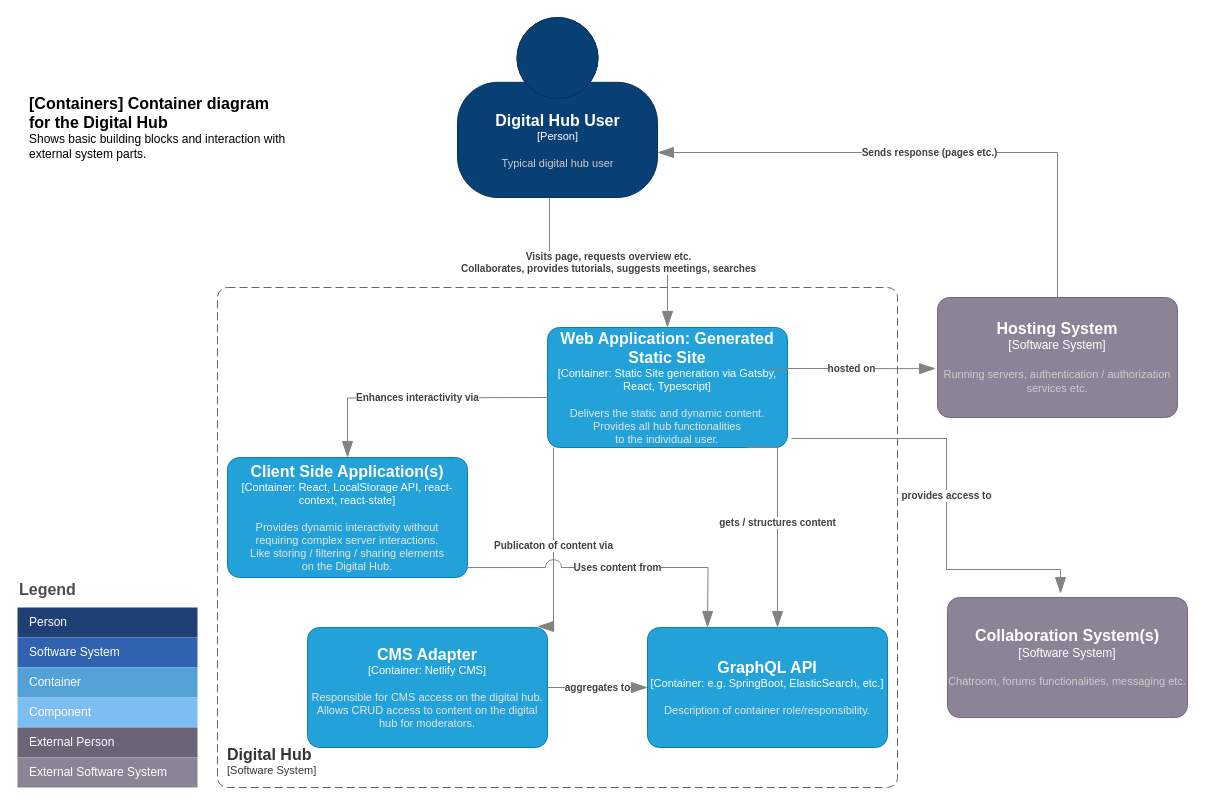
ReInHerit/digital-hub keeps this draw.io diagram as models/rein_c4_2container.drawio. Above is the earlier version. Source tidied: cells renumbered, new cells numbered last; positions are measured from the earlier drawing's top-left corner, leaving out a move shared by most shapes. Both pictures are drawn from the tidied source at 100%, with x=0, y=0 at pixel (17, 17).
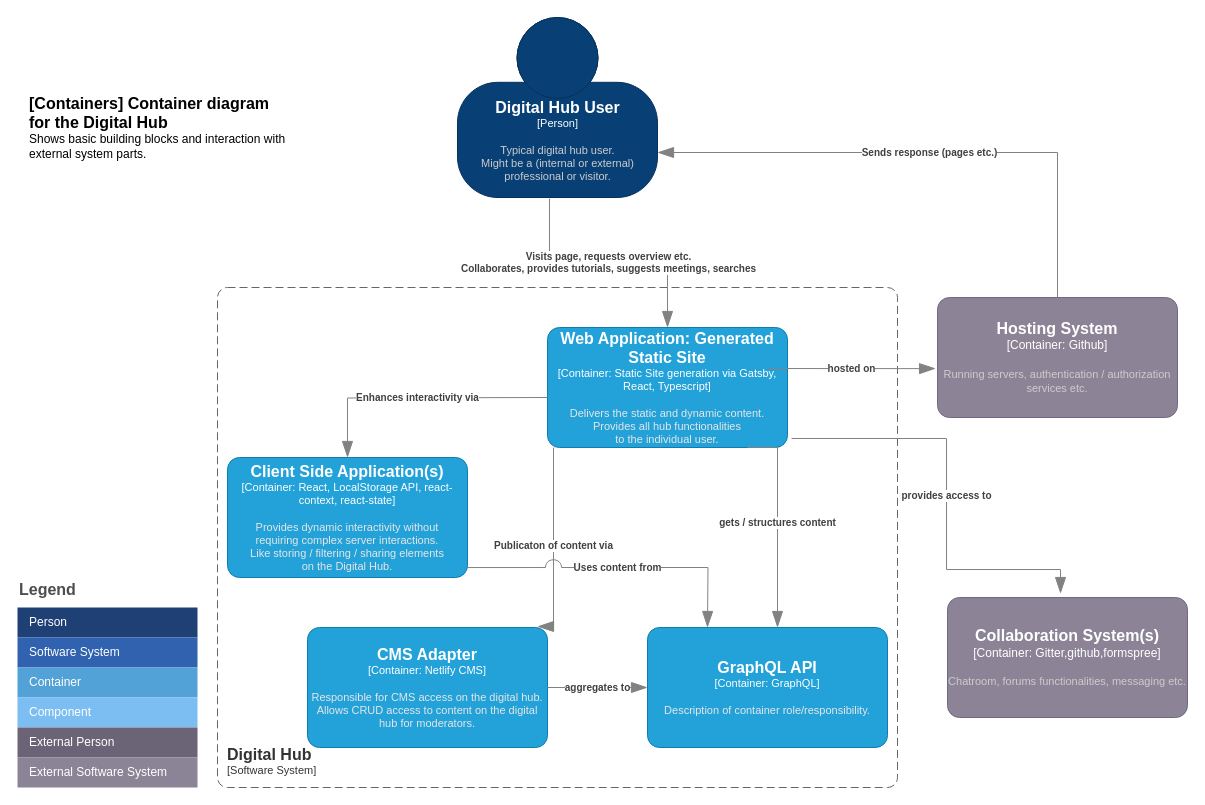
The same page after the edit.

What changed in the source:
```diff
@@
-    <object id="6" label="&lt;font style=&quot;font-size: 16px&quot;&gt;&lt;b&gt;%c4Name%&lt;/b&gt;&lt;/font&gt;&lt;div&gt;[%c4Type%]&lt;/div&gt;&lt;br&gt;&lt;div&gt;&lt;font style=&quot;font-size: 11px&quot;&gt;&lt;font color=&quot;#cccccc&quot;&gt;%c4Description%&lt;/font&gt;&lt;/div&gt;" c4Description="Running servers, authentication / authorization services etc." c4Name="Hosting System" c4Type="Software System" placeholders="1">
+    <object id="6" label="&lt;font style=&quot;font-size: 16px&quot;&gt;&lt;b&gt;%c4Name%&lt;/b&gt;&lt;/font&gt;&lt;div&gt;[%c4Type%]&lt;/div&gt;&lt;br&gt;&lt;div&gt;&lt;font style=&quot;font-size: 11px&quot;&gt;&lt;font color=&quot;#cccccc&quot;&gt;%c4Description%&lt;/font&gt;&lt;/div&gt;" c4Description="Running servers, authentication / authorization services etc." c4Name="Hosting System" c4Type="Container: Github" placeholders="1">
       <mxCell style="rounded=1;whiteSpace=wrap;html=1;labelBackgroundColor=none;fillColor=#8C8496;fontColor=#ffffff;align=center;arcSize=10;strokeColor=#736782;points=[[0.25,0,0],[0.5,0,0],[0.75,0,0],[1,0.25,0],[1,0.5,0],[1,0.75,0],[0.75,1,0],[0.5,1,0],[0.25,1,0],[0,0.75,0],[0,0.5,0],[0,0.25,0]];" parent="1" vertex="1">
         <mxGeometry x="920" y="280" width="240" height="120" as="geometry" />
       </mxCell>
     </object>
-    <object id="7" label="&lt;font style=&quot;font-size: 16px&quot;&gt;&lt;b&gt;%c4Name%&lt;/b&gt;&lt;/font&gt;&lt;div&gt;[%c4Type%]&lt;/div&gt;&lt;br&gt;&lt;div&gt;&lt;font style=&quot;font-size: 11px&quot;&gt;&lt;font color=&quot;#cccccc&quot;&gt;%c4Description%&lt;/font&gt;&lt;/div&gt;" c4Description="Chatroom, forums functionalities, messaging etc." c4Name="Collaboration System(s)" c4Type="Software System" placeholders="1">
+    <object id="7" label="&lt;font style=&quot;font-size: 16px&quot;&gt;&lt;b&gt;%c4Name%&lt;/b&gt;&lt;/font&gt;&lt;div&gt;[%c4Type%]&lt;/div&gt;&lt;br&gt;&lt;div&gt;&lt;font style=&quot;font-size: 11px&quot;&gt;&lt;font color=&quot;#cccccc&quot;&gt;%c4Description%&lt;/font&gt;&lt;/div&gt;" c4Description="Chatroom, forums functionalities, messaging etc." c4Name="Collaboration System(s)" c4Type="Container: Gitter,github,formspree" placeholders="1">
       <mxCell style="rounded=1;whiteSpace=wrap;html=1;labelBackgroundColor=none;fillColor=#8C8496;fontColor=#ffffff;align=center;arcSize=10;strokeColor=#736782;points=[[0.25,0,0],[0.5,0,0],[0.75,0,0],[1,0.25,0],[1,0.5,0],[1,0.75,0],[0.75,1,0],[0.5,1,0],[0.25,1,0],[0,0.75,0],[0,0.5,0],[0,0.25,0]];" parent="1" vertex="1">
         <mxGeometry x="930" y="580" width="240" height="120" as="geometry" />
       </mxCell>
     </object>
-    <object id="8" label="&lt;font style=&quot;font-size: 16px&quot;&gt;&lt;b&gt;%c4Name%&lt;/b&gt;&lt;/font&gt;&lt;div&gt;[%c4Type%]&lt;/div&gt;&lt;br&gt;&lt;div&gt;&lt;font style=&quot;font-size: 11px&quot;&gt;&lt;font color=&quot;#cccccc&quot;&gt;%c4Description%&lt;/font&gt;&lt;/div&gt;" c4Description="Typical digital hub user" c4Name="Digital Hub User" c4Type="Person" placeholders="1">
+    <object id="8" label="&lt;font style=&quot;font-size: 16px&quot;&gt;&lt;b&gt;%c4Name%&lt;/b&gt;&lt;/font&gt;&lt;div&gt;[%c4Type%]&lt;/div&gt;&lt;br&gt;&lt;div&gt;&lt;font style=&quot;font-size: 11px&quot;&gt;&lt;font color=&quot;#cccccc&quot;&gt;%c4Description%&lt;/font&gt;&lt;/div&gt;" c4Description="Typical digital hub user. &#10;Might be a (internal or external)&#10;professional or visitor." c4Name="Digital Hub User" c4Type="Person" placeholders="1">
       <mxCell style="html=1;fontSize=11;dashed=0;whitespace=wrap;fillColor=#083F75;strokeColor=#06315C;fontColor=#ffffff;shape=mxgraph.c4.person2;align=center;points=[[0.5,0,0],[1,0.5,0],[1,0.75,0],[0.75,1,0],[0.5,1,0],[0.25,1,0],[0,0.75,0],[0,0.5,0]];" parent="1" vertex="1">
         <mxGeometry x="440" width="200" height="180" as="geometry" />
       </mxCell>
     </object>
-    <object id="9" label="&lt;font style=&quot;font-size: 16px&quot;&gt;&lt;b&gt;%c4Name%&lt;/b&gt;&lt;/font&gt;&lt;div&gt;[%c4Type%: %c4Technology%]&lt;/div&gt;&lt;br&gt;&lt;div&gt;&lt;font style=&quot;font-size: 11px&quot;&gt;&lt;font color=&quot;#E6E6E6&quot;&gt;%c4Description%&lt;/font&gt;&lt;/div&gt;" c4Description="Description of container role/responsibility." c4Name="GraphQL API" c4Technology="e.g. SpringBoot, ElasticSearch, etc." c4Type="Container" placeholders="1">
+    <object id="9" label="&lt;font style=&quot;font-size: 16px&quot;&gt;&lt;b&gt;%c4Name%&lt;/b&gt;&lt;/font&gt;&lt;div&gt;[%c4Type%: %c4Technology%]&lt;/div&gt;&lt;br&gt;&lt;div&gt;&lt;font style=&quot;font-size: 11px&quot;&gt;&lt;font color=&quot;#E6E6E6&quot;&gt;%c4Description%&lt;/font&gt;&lt;/div&gt;" c4Description="Description of container role/responsibility." c4Name="GraphQL API" c4Technology="GraphQL" c4Type="Container" placeholders="1">
       <mxCell style="rounded=1;whiteSpace=wrap;html=1;fontSize=11;labelBackgroundColor=none;fillColor=#23A2D9;fontColor=#ffffff;align=center;arcSize=10;strokeColor=#0E7DAD;points=[[0.25,0,0],[0.5,0,0],[0.75,0,0],[1,0.25,0],[1,0.5,0],[1,0.75,0],[0.75,1,0],[0.5,1,0],[0.25,1,0],[0,0.75,0],[0,0.5,0],[0,0.25,0]];" parent="1" vertex="1">
         <mxGeometry x="630" y="610" width="240" height="120" as="geometry" />
       </mxCell>
     </object>
```
